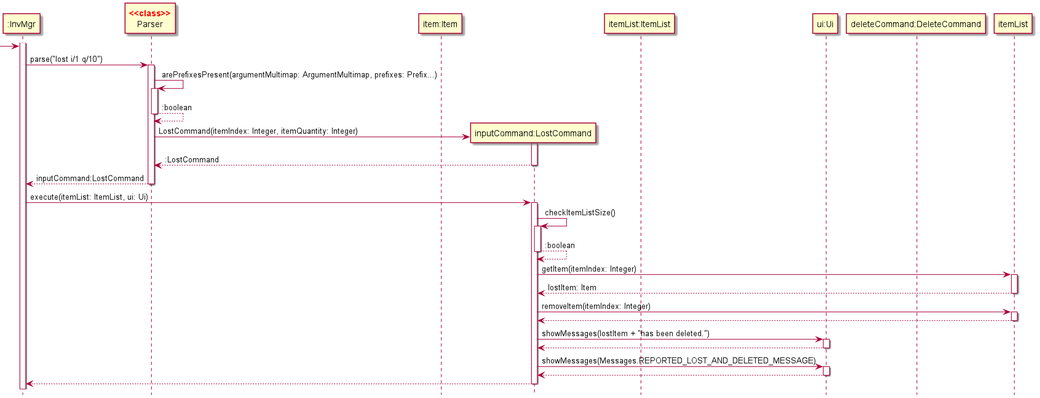
The PlantUML diagram docs/img/LostCommandSequenceDiagram.png in nus-cs2113-AY2122S2/tp, before a commit.
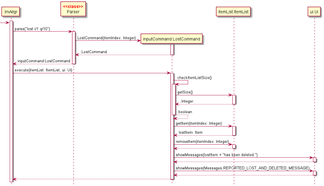
Above is the later version.

Commit message:
Updates DG with information on HelpCommand implementation and also modifies LostCommand and ReturnCommand implementation descriptions

What changed in the source:
```diff
@@ -8,11 +8,9 @@
 
 Participant ":InvMgr" as invmgr
 Participant "Parser" as parser <<class>>
-Participant "item:Item" as item
 Participant "inputCommand:LostCommand" as cmd
-Participant "itemList:ItemList" as itemlist
+Participant "itemList:ItemList" as list
 Participant "ui:Ui" as ui
-Participant "deleteCommand:DeleteCommand" as delCommand
 
 activate invmgr
 
@@ -20,12 +18,8 @@
 invmgr -> parser:parse("lost i/1 q/10")
 activate parser
 
-parser -> parser:arePrefixesPresent(argumentMultimap: ArgumentMultimap, prefixes: Prefix...)
-activate parser
-return :boolean
-
 create cmd
-parser -> cmd:LostCommand(itemIndex: Integer, itemQuantity: Integer)
+parser -> cmd:LostCommand(itemIndex: Integer)
 activate cmd
 return :LostCommand
 
@@ -36,14 +30,17 @@
 
 cmd -> cmd:checkItemListSize()
 activate cmd
+cmd -> list: getSize()
+activate list
+return :Integer
 return :boolean
 
-cmd -> itemList: getItem(itemIndex: Integer)
-activate itemList
+cmd -> list: getItem(itemIndex: Integer)
+activate list
 return lostItem: Item
 
-cmd -> itemList: removeItem(itemIndex: Integer)
-activate itemList
+cmd -> list: removeItem(itemIndex: Integer)
+activate list
 return
 
 cmd -> ui: showMessages(lostItem + "has been deleted.")
```
